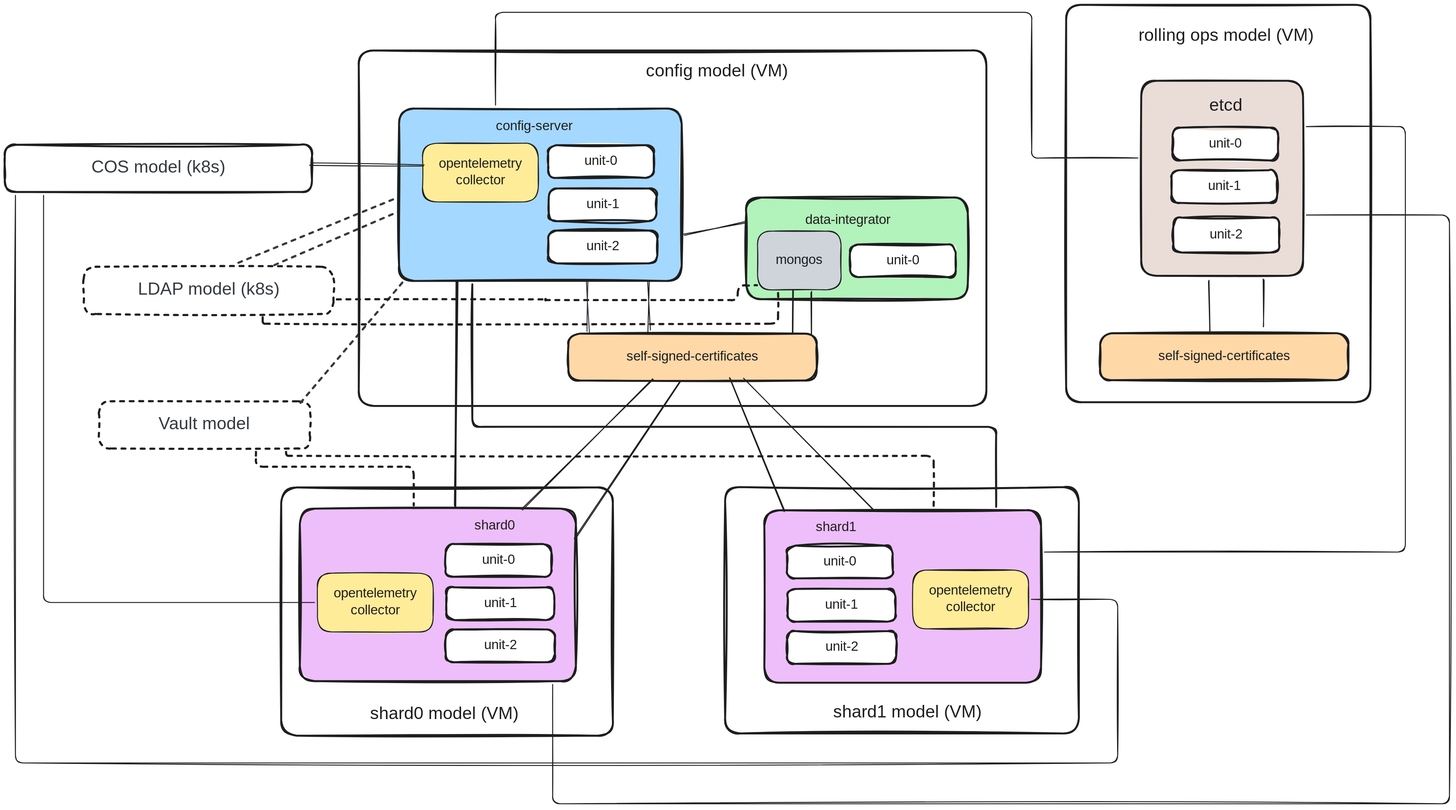
This is solutions/data/charmed-mongodb/sharded-cluster/azure/vm/docs/sharded-cluster-azure-vm.excalidraw.svg from canonical/charms-reference-architectures, a Excalidraw export, as it was before one commit. Source tidied: one line per element, renumbered; positions are measured from the earlier drawing's top-left corner, leaving out a move shared by most shapes.
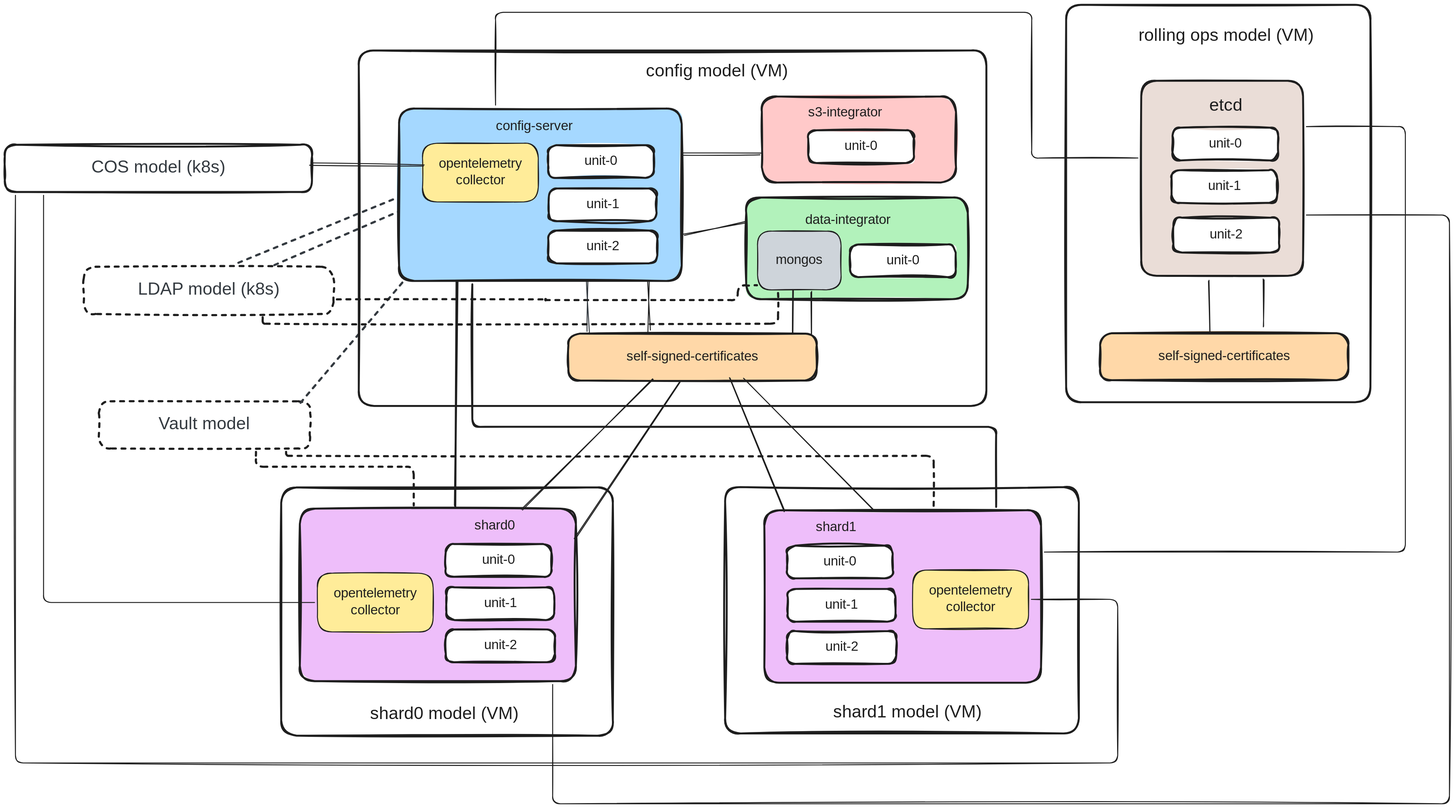
After the commit.

Diff of the diagram source:
```diff
@@ -8,6 +8,7 @@
 {"id": 7, "type": "text", "text": "shard0", "strokeColor": "#1e1e1e", "backgroundColor": "#a5d8ff", "fillStyle": "solid", "strokeWidth": 4, "roughness": 2, "fontSize": 28, "fontFamily": 8, "x": 978, "y": 1069, "width": 92, "height": 35}
 {"id": 8, "type": "rectangle", "strokeColor": "#1e1e1e", "strokeWidth": 4, "roughness": 2, "round": true, "x": 576, "y": 1006, "width": 691, "height": 517}
 {"id": 9, "type": "text", "text": "shard0 model (VM)", "strokeColor": "#1e1e1e", "backgroundColor": "#ffec99", "fillStyle": "solid", "strokeWidth": 4, "roughness": 2, "fontSize": 36, "fontFamily": 8, "x": 761, "y": 1457, "width": 337, "height": 45}
+{"id": 88, "type": "line", "strokeColor": "#1e1e1e", "backgroundColor": "#ffec99", "fillStyle": "solid", "strokeWidth": 2, "roughness": 2, "round": true, "x": 1410, "y": 311, "width": 165, "height": 2, "points": [[0, 0], [165, -2]]}
 {"id": 10, "type": "line", "strokeColor": "#1e1e1e", "backgroundColor": "#ffec99", "fillStyle": "solid", "strokeWidth": 2, "roughness": 2, "round": true, "x": 1416, "y": 480, "width": 132, "height": 30, "points": [[0, 0], [132, -30]]}
 {"id": 11, "type": "rectangle", "strokeColor": "#1e1e1e", "backgroundColor": "#ffffff", "fillStyle": "cross-hatch", "strokeWidth": 4, "strokeStyle": "dashed", "roughness": 2, "round": true, "x": 164, "y": 546, "width": 520, "height": 98}
 {"id": 12, "type": "text", "text": "LDAP model (k8s)", "strokeColor": "#343a40", "backgroundColor": "#eebefa", "fillStyle": "solid", "strokeWidth": 4, "roughness": 2, "fontSize": 36, "fontFamily": 8, "textAlign": "center", "verticalAlign": "middle", "inside": 11, "x": 266, "y": 573, "width": 317, "height": 45}
@@ -34,6 +35,10 @@
 {"id": 33, "type": "text", "text": "opentelemetry\ncollector", "strokeColor": "#1e1e1e", "strokeWidth": 2, "roughness": 1, "fontSize": 28, "fontFamily": 8, "textAlign": "center", "verticalAlign": "middle", "inside": 32, "x": 891, "y": 315, "width": 200, "height": 70}
 {"id": 34, "type": "rectangle", "strokeColor": "#1e1e1e", "backgroundColor": "#ffd8a8", "fillStyle": "solid", "strokeWidth": 4, "roughness": 2, "round": true, "x": 1174, "y": 685, "width": 517, "height": 98}
 {"id": 35, "type": "text", "text": "self-signed-certificates", "strokeColor": "#1e1e1e", "backgroundColor": "#ffec99", "fillStyle": "solid", "strokeWidth": 4, "roughness": 2, "fontSize": 28, "fontFamily": 8, "textAlign": "center", "verticalAlign": "middle", "inside": 34, "x": 1248, "y": 717, "width": 370, "height": 35}
+{"id": 89, "type": "rectangle", "strokeColor": "#1e1e1e", "backgroundColor": "#ffc9c9", "fillStyle": "solid", "strokeWidth": 4, "roughness": 2, "round": true, "x": 1577, "y": 191, "width": 404, "height": 179}
+{"id": 90, "type": "text", "text": "s3-integrator", "strokeColor": "#1e1e1e", "backgroundColor": "#a5d8ff", "fillStyle": "solid", "strokeWidth": 4, "roughness": 2, "fontSize": 28, "fontFamily": 8, "x": 1673, "y": 208, "width": 200, "height": 35}
+{"id": 91, "type": "rectangle", "strokeColor": "#1e1e1e", "backgroundColor": "#ffffff", "fillStyle": "solid", "strokeWidth": 4, "roughness": 2, "round": true, "x": 1673, "y": 262, "width": 220, "height": 68}
+{"id": 92, "type": "text", "text": "unit-0", "strokeColor": "#1e1e1e", "backgroundColor": "#a5d8ff", "fillStyle": "solid", "strokeWidth": 4, "roughness": 2, "fontSize": 28, "fontFamily": 8, "textAlign": "center", "verticalAlign": "middle", "inside": 91, "x": 1737, "y": 278, "width": 92, "height": 35}
 {"id": 36, "type": "line", "strokeColor": "#1e1e1e", "backgroundColor": "#ffec99", "fillStyle": "solid", "strokeWidth": 2, "roughness": 2, "round": true, "x": 639, "y": 332, "width": 233, "height": 4, "points": [[0, 0], [233, 4]]}
 {"id": 37, "type": "rectangle", "strokeColor": "#1e1e1e", "backgroundColor": "#eebefa", "fillStyle": "solid", "strokeWidth": 4, "roughness": 2, "round": true, "x": 1582, "y": 1053, "width": 576, "height": 360}
 {"id": 38, "type": "rectangle", "strokeColor": "#1e1e1e", "backgroundColor": "#ffffff", "fillStyle": "solid", "strokeWidth": 4, "roughness": 2, "round": true, "x": 1629, "y": 1127, "width": 220, "height": 68}
```
